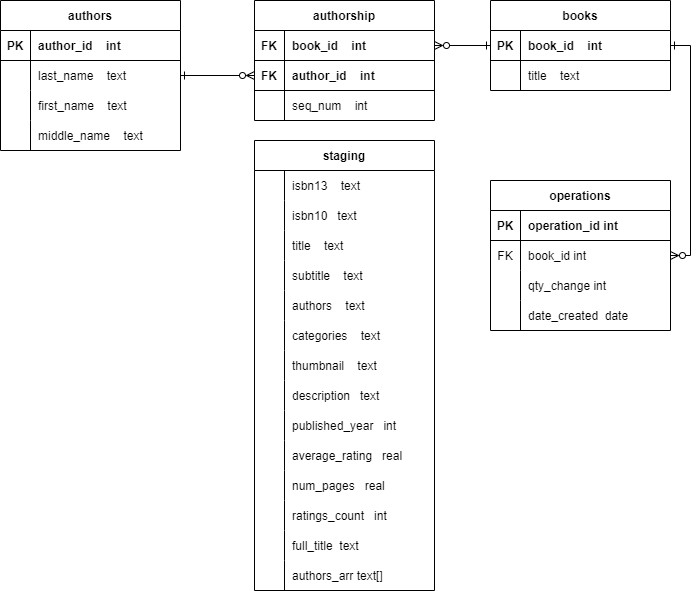
This is V1_db_schema.drawio.png from alex97iv/bookstore, a draw.io export, as it was before one commit. Source tidied: cells renumbered, new cells last; positions are measured from the earlier drawing's top-left corner, leaving out a move shared by most shapes.
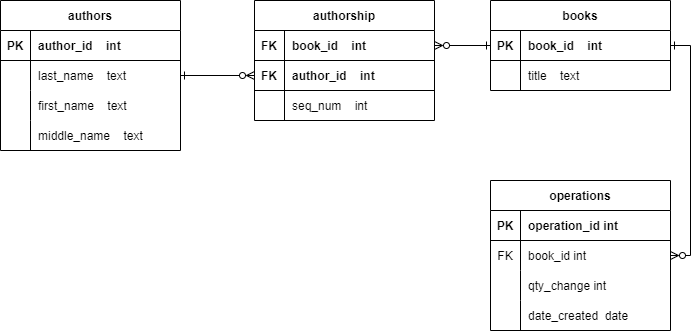
After the change.

What changed in the source:
```diff
@@ -140,134 +140,5 @@
     <mxCell id="47" style="edgeStyle=orthogonalEdgeStyle;rounded=0;jettySize=auto;html=1;exitX=1;exitY=0.5;exitDx=0;exitDy=0;entryX=1;entryY=0.5;entryDx=0;entryDy=0;startArrow=ERone;startFill=0;endArrow=ERzeroToMany;endFill=0;" parent="1" edge="1" source="16" target="38">
       <mxGeometry relative="1" as="geometry" />
     </mxCell>
-    <mxCell id="48" value="staging" style="shape=table;startSize=30;rowLines=0;fontStyle=1;align=center;" parent="1" vertex="1">
-      <mxGeometry x="254" y="140" width="180" height="450" as="geometry" />
-    </mxCell>
-    <mxCell id="49" style="shape=tableRow;horizontal=0;startSize=0;swimlaneHead=0;swimlaneBody=0;fillColor=none;top=0;left=0;right=0;bottom=0;" parent="48" vertex="1">
-      <mxGeometry y="30" width="180" height="30" as="geometry" />
-    </mxCell>
-    <mxCell id="50" style="shape=partialRectangle;fillColor=none;top=0;left=0;bottom=0;right=0;overflow=hidden;" parent="49" vertex="1">
-      <mxGeometry width="30" height="30" as="geometry" />
-    </mxCell>
-    <mxCell id="51" value="isbn13    text" style="shape=partialRectangle;fillColor=none;top=0;left=0;bottom=0;right=0;align=left;spacingLeft=6;overflow=hidden;" parent="49" vertex="1">
-      <mxGeometry x="30" width="150" height="30" as="geometry" />
-    </mxCell>
-    <mxCell id="52" style="shape=tableRow;horizontal=0;startSize=0;swimlaneHead=0;swimlaneBody=0;fillColor=none;top=0;left=0;right=0;bottom=0;" parent="48" vertex="1">
-      <mxGeometry y="60" width="180" height="30" as="geometry" />
-    </mxCell>
-    <mxCell id="53" style="shape=partialRectangle;fillColor=none;top=0;left=0;bottom=0;right=0;overflow=hidden;" parent="52" vertex="1">
-      <mxGeometry width="30" height="30" as="geometry" />
-    </mxCell>
-    <mxCell id="54" value="isbn10   text" style="shape=partialRectangle;fillColor=none;top=0;left=0;bottom=0;right=0;align=left;spacingLeft=6;overflow=hidden;" parent="52" vertex="1">
-      <mxGeometry x="30" width="150" height="30" as="geometry" />
-    </mxCell>
-    <mxCell id="55" style="shape=tableRow;horizontal=0;startSize=0;swimlaneHead=0;swimlaneBody=0;fillColor=none;top=0;left=0;right=0;bottom=0;" parent="48" vertex="1">
-      <mxGeometry y="90" width="180" height="30" as="geometry" />
-    </mxCell>
-    <mxCell id="56" style="shape=partialRectangle;fillColor=none;top=0;left=0;bottom=0;right=0;overflow=hidden;" parent="55" vertex="1">
-      <mxGeometry width="30" height="30" as="geometry" />
-    </mxCell>
-    <mxCell id="57" value="title    text" style="shape=partialRectangle;fillColor=none;top=0;left=0;bottom=0;right=0;align=left;spacingLeft=6;overflow=hidden;" parent="55" vertex="1">
-      <mxGeometry x="30" width="150" height="30" as="geometry" />
-    </mxCell>
-    <mxCell id="58" style="shape=tableRow;horizontal=0;startSize=0;swimlaneHead=0;swimlaneBody=0;fillColor=none;top=0;left=0;right=0;bottom=0;" parent="48" vertex="1">
-      <mxGeometry y="120" width="180" height="30" as="geometry" />
-    </mxCell>
-    <mxCell id="59" style="shape=partialRectangle;fillColor=none;top=0;left=0;bottom=0;right=0;overflow=hidden;" parent="58" vertex="1">
-      <mxGeometry width="30" height="30" as="geometry" />
-    </mxCell>
-    <mxCell id="60" value="subtitle    text" style="shape=partialRectangle;fillColor=none;top=0;left=0;bottom=0;right=0;align=left;spacingLeft=6;overflow=hidden;" parent="58" vertex="1">
-      <mxGeometry x="30" width="150" height="30" as="geometry" />
-    </mxCell>
-    <mxCell id="61" style="shape=tableRow;horizontal=0;startSize=0;swimlaneHead=0;swimlaneBody=0;fillColor=none;top=0;left=0;right=0;bottom=0;" parent="48" vertex="1">
-      <mxGeometry y="150" width="180" height="30" as="geometry" />
-    </mxCell>
-    <mxCell id="62" style="shape=partialRectangle;fillColor=none;top=0;left=0;bottom=0;right=0;overflow=hidden;" parent="61" vertex="1">
-      <mxGeometry width="30" height="30" as="geometry" />
-    </mxCell>
-    <mxCell id="63" value="authors    text" style="shape=partialRectangle;fillColor=none;top=0;left=0;bottom=0;right=0;align=left;spacingLeft=6;overflow=hidden;" parent="61" vertex="1">
-      <mxGeometry x="30" width="150" height="30" as="geometry" />
-    </mxCell>
-    <mxCell id="64" style="shape=tableRow;horizontal=0;startSize=0;swimlaneHead=0;swimlaneBody=0;fillColor=none;top=0;left=0;right=0;bottom=0;" parent="48" vertex="1">
-      <mxGeometry y="180" width="180" height="30" as="geometry" />
-    </mxCell>
-    <mxCell id="65" style="shape=partialRectangle;fillColor=none;top=0;left=0;bottom=0;right=0;overflow=hidden;" parent="64" vertex="1">
-      <mxGeometry width="30" height="30" as="geometry" />
-    </mxCell>
-    <mxCell id="66" value="categories    text" style="shape=partialRectangle;fillColor=none;top=0;left=0;bottom=0;right=0;align=left;spacingLeft=6;overflow=hidden;" parent="64" vertex="1">
-      <mxGeometry x="30" width="150" height="30" as="geometry" />
-    </mxCell>
-    <mxCell id="67" style="shape=tableRow;horizontal=0;startSize=0;swimlaneHead=0;swimlaneBody=0;fillColor=none;top=0;left=0;right=0;bottom=0;" parent="48" vertex="1">
-      <mxGeometry y="210" width="180" height="30" as="geometry" />
-    </mxCell>
-    <mxCell id="68" style="shape=partialRectangle;fillColor=none;top=0;left=0;bottom=0;right=0;overflow=hidden;" parent="67" vertex="1">
-      <mxGeometry width="30" height="30" as="geometry" />
-    </mxCell>
-    <mxCell id="69" value="thumbnail    text" style="shape=partialRectangle;fillColor=none;top=0;left=0;bottom=0;right=0;align=left;spacingLeft=6;overflow=hidden;" parent="67" vertex="1">
-      <mxGeometry x="30" width="150" height="30" as="geometry" />
-    </mxCell>
-    <mxCell id="70" style="shape=tableRow;horizontal=0;startSize=0;swimlaneHead=0;swimlaneBody=0;fillColor=none;top=0;left=0;right=0;bottom=0;" parent="48" vertex="1">
-      <mxGeometry y="240" width="180" height="30" as="geometry" />
-    </mxCell>
-    <mxCell id="71" style="shape=partialRectangle;fillColor=none;top=0;left=0;bottom=0;right=0;overflow=hidden;" parent="70" vertex="1">
-      <mxGeometry width="30" height="30" as="geometry" />
-    </mxCell>
-    <mxCell id="72" value="description   text" style="shape=partialRectangle;fillColor=none;top=0;left=0;bottom=0;right=0;align=left;spacingLeft=6;overflow=hidden;" parent="70" vertex="1">
-      <mxGeometry x="30" width="150" height="30" as="geometry" />
-    </mxCell>
-    <mxCell id="73" style="shape=tableRow;horizontal=0;startSize=0;swimlaneHead=0;swimlaneBody=0;fillColor=none;top=0;left=0;right=0;bottom=0;" parent="48" vertex="1">
-      <mxGeometry y="270" width="180" height="30" as="geometry" />
-    </mxCell>
-    <mxCell id="74" style="shape=partialRectangle;fillColor=none;top=0;left=0;bottom=0;right=0;overflow=hidden;" parent="73" vertex="1">
-      <mxGeometry width="30" height="30" as="geometry" />
-    </mxCell>
-    <mxCell id="75" value="published_year   int" style="shape=partialRectangle;fillColor=none;top=0;left=0;bottom=0;right=0;align=left;spacingLeft=6;overflow=hidden;" parent="73" vertex="1">
-      <mxGeometry x="30" width="150" height="30" as="geometry" />
-    </mxCell>
-    <mxCell id="76" style="shape=tableRow;horizontal=0;startSize=0;swimlaneHead=0;swimlaneBody=0;fillColor=none;top=0;left=0;right=0;bottom=0;" parent="48" vertex="1">
-      <mxGeometry y="300" width="180" height="30" as="geometry" />
-    </mxCell>
-    <mxCell id="77" style="shape=partialRectangle;fillColor=none;top=0;left=0;bottom=0;right=0;overflow=hidden;" parent="76" vertex="1">
-      <mxGeometry width="30" height="30" as="geometry" />
-    </mxCell>
-    <mxCell id="78" value="average_rating   real" style="shape=partialRectangle;fillColor=none;top=0;left=0;bottom=0;right=0;align=left;spacingLeft=6;overflow=hidden;" parent="76" vertex="1">
-      <mxGeometry x="30" width="150" height="30" as="geometry" />
-    </mxCell>
-    <mxCell id="79" style="shape=tableRow;horizontal=0;startSize=0;swimlaneHead=0;swimlaneBody=0;fillColor=none;top=0;left=0;right=0;bottom=0;" parent="48" vertex="1">
-      <mxGeometry y="330" width="180" height="30" as="geometry" />
-    </mxCell>
-    <mxCell id="80" style="shape=partialRectangle;fillColor=none;top=0;left=0;bottom=0;right=0;overflow=hidden;" parent="79" vertex="1">
-      <mxGeometry width="30" height="30" as="geometry" />
-    </mxCell>
-    <mxCell id="81" value="num_pages   real" style="shape=partialRectangle;fillColor=none;top=0;left=0;bottom=0;right=0;align=left;spacingLeft=6;overflow=hidden;" parent="79" vertex="1">
-      <mxGeometry x="30" width="150" height="30" as="geometry" />
-    </mxCell>
-    <mxCell id="82" style="shape=tableRow;horizontal=0;startSize=0;swimlaneHead=0;swimlaneBody=0;fillColor=none;top=0;left=0;right=0;bottom=0;" parent="48" vertex="1">
-      <mxGeometry y="360" width="180" height="30" as="geometry" />
-    </mxCell>
-    <mxCell id="83" style="shape=partialRectangle;fillColor=none;top=0;left=0;bottom=0;right=0;overflow=hidden;" parent="82" vertex="1">
-      <mxGeometry width="30" height="30" as="geometry" />
-    </mxCell>
-    <mxCell id="84" value="ratings_count   int" style="shape=partialRectangle;fillColor=none;top=0;left=0;bottom=0;right=0;align=left;spacingLeft=6;overflow=hidden;" parent="82" vertex="1">
-      <mxGeometry x="30" width="150" height="30" as="geometry" />
-    </mxCell>
-    <mxCell id="85" style="shape=tableRow;horizontal=0;startSize=0;swimlaneHead=0;swimlaneBody=0;fillColor=none;top=0;left=0;right=0;bottom=0;" parent="48" vertex="1">
-      <mxGeometry y="390" width="180" height="30" as="geometry" />
-    </mxCell>
-    <mxCell id="86" style="shape=partialRectangle;fillColor=none;top=0;left=0;bottom=0;right=0;overflow=hidden;" parent="85" vertex="1">
-      <mxGeometry width="30" height="30" as="geometry" />
-    </mxCell>
-    <mxCell id="87" value="full_title  text" style="shape=partialRectangle;fillColor=none;top=0;left=0;bottom=0;right=0;align=left;spacingLeft=6;overflow=hidden;" parent="85" vertex="1">
-      <mxGeometry x="30" width="150" height="30" as="geometry" />
-    </mxCell>
-    <mxCell id="88" style="shape=tableRow;horizontal=0;startSize=0;swimlaneHead=0;swimlaneBody=0;fillColor=none;top=0;left=0;right=0;bottom=0;" parent="48" vertex="1">
-      <mxGeometry y="420" width="180" height="30" as="geometry" />
-    </mxCell>
-    <mxCell id="89" style="shape=partialRectangle;fillColor=none;top=0;left=0;bottom=0;right=0;overflow=hidden;" parent="88" vertex="1">
-      <mxGeometry width="30" height="30" as="geometry" />
-    </mxCell>
-    <mxCell id="90" value="authors_arr text[]" style="shape=partialRectangle;fillColor=none;top=0;left=0;bottom=0;right=0;align=left;spacingLeft=6;overflow=hidden;" parent="88" vertex="1">
-      <mxGeometry x="30" width="150" height="30" as="geometry" />
-    </mxCell>
   </root>
 </mxGraphModel>
```
